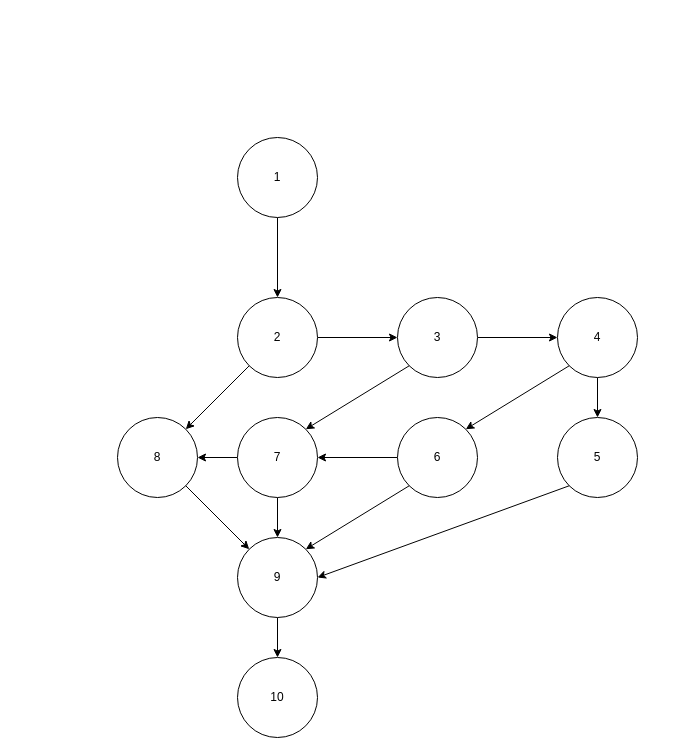
Above: 2.drawio in kumoSleeping/doc (draw.io), before the change. Source tidied: cells renumbered, new cells numbered last; positions are measured from the earlier drawing's top-left corner, leaving out a move shared by most shapes. Both pictures are drawn from the tidied source at 100%, with x=0, y=0 at pixel (117, 137).
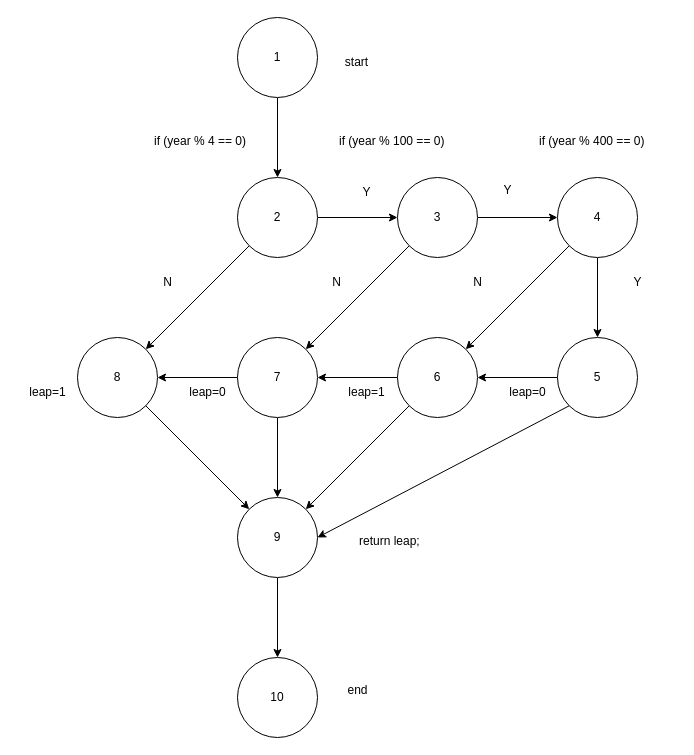
The same diagram, later.

The edit, as a diff of the source:
```diff
@@
     <mxCell id="3" value="1" style="ellipse;whiteSpace=wrap;html=1;" parent="1" vertex="1">
-      <mxGeometry x="120" width="80" height="80" as="geometry" />
+      <mxGeometry x="120" y="-120" width="80" height="80" as="geometry" />
     </mxCell>
@@
     <mxCell id="5" value="2" style="ellipse;whiteSpace=wrap;html=1;" parent="1" vertex="1">
-      <mxGeometry x="120" y="160" width="80" height="80" as="geometry" />
+      <mxGeometry x="120" y="40" width="80" height="80" as="geometry" />
     </mxCell>
@@
     <mxCell id="7" value="3" style="ellipse;whiteSpace=wrap;html=1;" parent="1" vertex="1">
-      <mxGeometry x="280" y="160" width="80" height="80" as="geometry" />
+      <mxGeometry x="280" y="40" width="80" height="80" as="geometry" />
     </mxCell>
@@
     <mxCell id="9" value="4" style="ellipse;whiteSpace=wrap;html=1;" parent="1" vertex="1">
-      <mxGeometry x="440" y="160" width="80" height="80" as="geometry" />
+      <mxGeometry x="440" y="40" width="80" height="80" as="geometry" />
     </mxCell>
+    <mxCell id="26" style="edgeStyle=orthogonalEdgeStyle;rounded=0;jettySize=auto;html=1;" parent="1" edge="1" source="10" target="12">
+      <mxGeometry relative="1" as="geometry" />
+    </mxCell>
     <mxCell id="10" value="5" style="ellipse;whiteSpace=wrap;html=1;" parent="1" vertex="1">
-      <mxGeometry x="440" y="280" width="80" height="80" as="geometry" />
+      <mxGeometry x="440" y="200" width="80" height="80" as="geometry" />
     </mxCell>
@@
     <mxCell id="12" value="6" style="ellipse;whiteSpace=wrap;html=1;direction=south;" parent="1" vertex="1">
-      <mxGeometry x="280" y="280" width="80" height="80" as="geometry" />
+      <mxGeometry x="280" y="200" width="80" height="80" as="geometry" />
     </mxCell>
@@
     <mxCell id="16" value="7" style="ellipse;whiteSpace=wrap;html=1;" parent="1" vertex="1">
-      <mxGeometry x="120" y="280" width="80" height="80" as="geometry" />
+      <mxGeometry x="120" y="200" width="80" height="80" as="geometry" />
     </mxCell>
     <mxCell id="17" value="8" style="ellipse;whiteSpace=wrap;html=1;" parent="1" vertex="1">
-      <mxGeometry y="280" width="80" height="80" as="geometry" />
+      <mxGeometry x="-40" y="200" width="80" height="80" as="geometry" />
     </mxCell>
@@
     <mxCell id="19" value="9" style="ellipse;whiteSpace=wrap;html=1;" parent="1" vertex="1">
-      <mxGeometry x="120" y="400" width="80" height="80" as="geometry" />
+      <mxGeometry x="120" y="360" width="80" height="80" as="geometry" />
     </mxCell>
@@
+    <mxCell id="27" value="leap=1" style="text;html=1;align=center;verticalAlign=middle;strokeColor=none;fillColor=none;" parent="1" vertex="1">
+      <mxGeometry x="-100" y="240" width="60" height="30" as="geometry" />
+    </mxCell>
+    <mxCell id="28" value="N" style="text;html=1;align=center;verticalAlign=middle;strokeColor=none;fillColor=none;" parent="1" vertex="1">
+      <mxGeometry x="35" y="130" width="30" height="30" as="geometry" />
+    </mxCell>
+    <mxCell id="29" value="Y" style="text;html=1;align=center;verticalAlign=middle;strokeColor=none;fillColor=none;" parent="1" vertex="1">
+      <mxGeometry x="234" y="40" width="30" height="30" as="geometry" />
+    </mxCell>
+    <mxCell id="30" value="start" style="text;html=1;align=center;verticalAlign=middle;strokeColor=none;fillColor=none;" parent="1" vertex="1">
+      <mxGeometry x="214" y="-90" width="50" height="30" as="geometry" />
+    </mxCell>
+    <mxCell id="31" value="Y" style="text;html=1;align=center;verticalAlign=middle;strokeColor=none;fillColor=none;" parent="1" vertex="1">
+      <mxGeometry x="375" y="38" width="30" height="30" as="geometry" />
+    </mxCell>
+    <mxCell id="32" value="N" style="text;html=1;align=center;verticalAlign=middle;strokeColor=none;fillColor=none;" parent="1" vertex="1">
+      <mxGeometry x="204" y="130" width="30" height="30" as="geometry" />
+    </mxCell>
+    <mxCell id="33" value="N" style="text;html=1;align=center;verticalAlign=middle;strokeColor=none;fillColor=none;" parent="1" vertex="1">
+      <mxGeometry x="345" y="130" width="30" height="30" as="geometry" />
+    </mxCell>
+    <mxCell id="34" value="Y" style="text;html=1;align=center;verticalAlign=middle;strokeColor=none;fillColor=none;" parent="1" vertex="1">
+      <mxGeometry x="505" y="130" width="30" height="30" as="geometry" />
+    </mxCell>
+    <mxCell id="35" value="return leap;" style="text;whiteSpace=wrap;" parent="1" vertex="1">
+      <mxGeometry x="240" y="390" width="90" height="40" as="geometry" />
+    </mxCell>
+    <mxCell id="36" value="if (year % 400 == 0)" style="text;whiteSpace=wrap;" parent="1" vertex="1">
+      <mxGeometry x="420" y="-10" width="140" height="40" as="geometry" />
+    </mxCell>
+    <mxCell id="37" value="if (year % 4 == 0)" style="text;whiteSpace=wrap;" parent="1" vertex="1">
+      <mxGeometry x="35" y="-10" width="130" height="40" as="geometry" />
+    </mxCell>
+    <mxCell id="38" value="if (year % 100 == 0)" style="text;whiteSpace=wrap;" parent="1" vertex="1">
+      <mxGeometry x="220" y="-10" width="140" height="40" as="geometry" />
+    </mxCell>
+    <mxCell id="39" value="leap=1" style="text;html=1;align=center;verticalAlign=middle;strokeColor=none;fillColor=none;" parent="1" vertex="1">
+      <mxGeometry x="219" y="240" width="60" height="30" as="geometry" />
+    </mxCell>
+    <mxCell id="40" value="leap=0" style="text;html=1;align=center;verticalAlign=middle;strokeColor=none;fillColor=none;" parent="1" vertex="1">
+      <mxGeometry x="60" y="240" width="60" height="30" as="geometry" />
+    </mxCell>
+    <mxCell id="41" value="leap=0" style="text;html=1;align=center;verticalAlign=middle;strokeColor=none;fillColor=none;" parent="1" vertex="1">
+      <mxGeometry x="380" y="240" width="60" height="30" as="geometry" />
+    </mxCell>
+    <mxCell id="42" value="end" style="text;html=1;align=center;verticalAlign=middle;strokeColor=none;fillColor=none;" parent="1" vertex="1">
+      <mxGeometry x="220" y="538" width="40" height="30" as="geometry" />
+    </mxCell>
```
